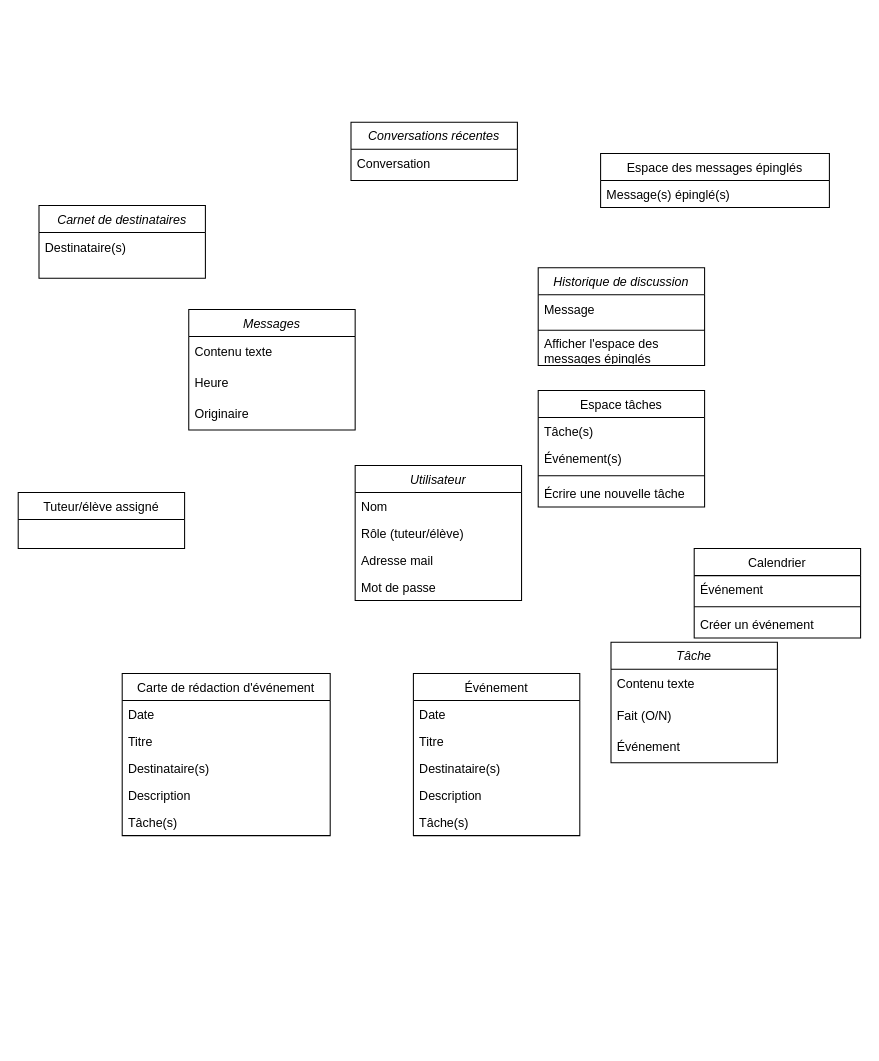
AlyxEugenot/OC-Courses keeps this draw.io diagram as OC3-UML-Homeskolar-class-diag.drawio. Above is the earlier version. Source tidied: cells renumbered, new cells numbered last; positions are measured from the earlier drawing's top-left corner, leaving out a move shared by most shapes. Both pictures are drawn from the tidied source at 104%, with x=0, y=0 at pixel (18, 122).
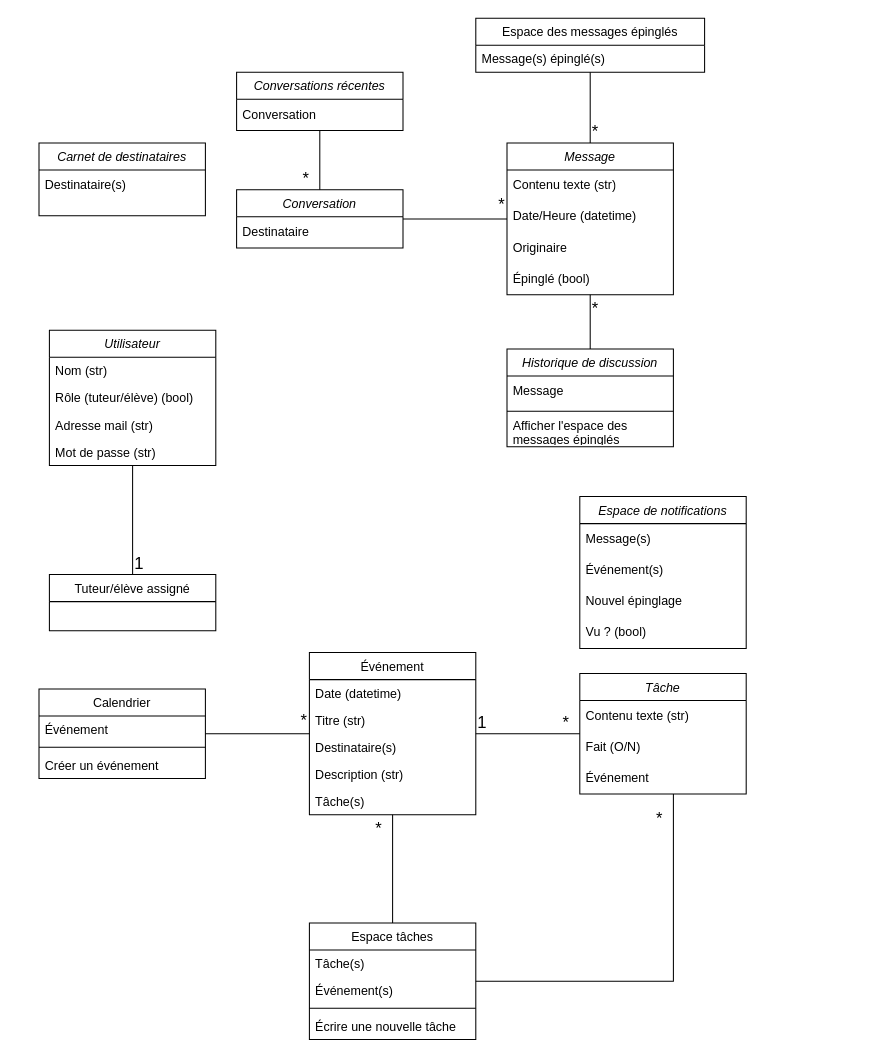
After the change.

Commit message (it also covers changes not shown here):
Mettre à jour OC3-UML-Homeskolar-class-diag.drawio

Change to the diagram source:
```diff
@@
     <mxCell id="2" value="Utilisateur" style="swimlane;fontStyle=2;align=center;verticalAlign=top;horizontal=1;startSize=26;rounded=0;shadow=0;strokeWidth=1;" parent="1" vertex="1">
-      <mxGeometry x="324" y="330" width="160" height="130" as="geometry" />
+      <mxGeometry x="30" y="200" width="160" height="130" as="geometry" />
     </mxCell>
-    <mxCell id="3" value="Nom" style="text;align=left;verticalAlign=top;spacingLeft=4;spacingRight=4;overflow=hidden;" parent="2" vertex="1">
+    <mxCell id="3" value="Nom (str)" style="text;align=left;verticalAlign=top;spacingLeft=4;spacingRight=4;overflow=hidden;" parent="2" vertex="1">
       <mxGeometry y="26" width="160" height="26" as="geometry" />
     </mxCell>
-    <mxCell id="4" value="Rôle (tuteur/élève)" style="text;align=left;verticalAlign=top;spacingLeft=4;spacingRight=4;overflow=hidden;rounded=0;shadow=0;html=0;" parent="2" vertex="1">
+    <mxCell id="4" value="Rôle (tuteur/élève) (bool)" style="text;align=left;verticalAlign=top;spacingLeft=4;spacingRight=4;overflow=hidden;rounded=0;shadow=0;html=0;" parent="2" vertex="1">
       <mxGeometry y="52" width="160" height="26" as="geometry" />
     </mxCell>
-    <mxCell id="5" value="Adresse mail" style="text;align=left;verticalAlign=top;spacingLeft=4;spacingRight=4;overflow=hidden;rounded=0;shadow=0;html=0;" parent="2" vertex="1">
+    <mxCell id="5" value="Adresse mail (str)" style="text;align=left;verticalAlign=top;spacingLeft=4;spacingRight=4;overflow=hidden;rounded=0;shadow=0;html=0;" parent="2" vertex="1">
       <mxGeometry y="78" width="160" height="26" as="geometry" />
     </mxCell>
-    <mxCell id="6" value="Mot de passe" style="text;align=left;verticalAlign=top;spacingLeft=4;spacingRight=4;overflow=hidden;rounded=0;shadow=0;html=0;" parent="2" vertex="1">
+    <mxCell id="6" value="Mot de passe (str)" style="text;align=left;verticalAlign=top;spacingLeft=4;spacingRight=4;overflow=hidden;rounded=0;shadow=0;html=0;" parent="2" vertex="1">
       <mxGeometry y="104" width="160" height="26" as="geometry" />
     </mxCell>
     <mxCell id="7" value="Tuteur/élève assigné" style="swimlane;fontStyle=0;align=center;verticalAlign=top;horizontal=1;startSize=26;rounded=0;shadow=0;strokeWidth=1;" parent="1" vertex="1">
-      <mxGeometry y="356" width="160" height="54" as="geometry" />
+      <mxGeometry x="30" y="435" width="160" height="54" as="geometry" />
     </mxCell>
     <mxCell id="8" value="Calendrier" style="swimlane;fontStyle=0;align=center;verticalAlign=top;horizontal=1;startSize=26;rounded=0;shadow=0;strokeWidth=1;" parent="1" vertex="1">
-      <mxGeometry x="650" y="410" width="160" height="86" as="geometry" />
+      <mxGeometry x="20" y="545" width="160" height="86" as="geometry" />
     </mxCell>
@@
     <mxCell id="12" value="Carnet de destinataires" style="swimlane;fontStyle=2;align=center;verticalAlign=top;horizontal=1;startSize=26;rounded=0;shadow=0;strokeWidth=1;" parent="1" vertex="1">
-      <mxGeometry x="20" y="80" width="160" height="70" as="geometry" />
+      <mxGeometry x="20" y="20" width="160" height="70" as="geometry" />
     </mxCell>
@@
     <mxCell id="14" value="Conversations récentes" style="swimlane;fontStyle=2;align=center;verticalAlign=top;horizontal=1;startSize=26;rounded=0;shadow=0;strokeWidth=1;" parent="1" vertex="1">
-      <mxGeometry x="320" width="160" height="56" as="geometry" />
+      <mxGeometry x="210" y="-48" width="160" height="56" as="geometry" />
     </mxCell>
@@
     <mxCell id="16" value="Historique de discussion" style="swimlane;fontStyle=2;align=center;verticalAlign=top;horizontal=1;startSize=26;rounded=0;shadow=0;strokeWidth=1;" parent="1" vertex="1">
-      <mxGeometry x="500" y="140" width="160" height="94" as="geometry" />
+      <mxGeometry x="470" y="218" width="160" height="94" as="geometry" />
     </mxCell>
@@
     <mxCell id="20" value="Événement" style="swimlane;fontStyle=0;align=center;verticalAlign=top;horizontal=1;startSize=26;rounded=0;shadow=0;strokeWidth=1;" parent="1" vertex="1">
-      <mxGeometry x="380" y="530" width="160" height="156" as="geometry" />
+      <mxGeometry x="280" y="510" width="160" height="156" as="geometry" />
     </mxCell>
-    <mxCell id="21" value="Date" style="text;align=left;verticalAlign=top;spacingLeft=4;spacingRight=4;overflow=hidden;" parent="20" vertex="1">
+    <mxCell id="21" value="Date (datetime)" style="text;align=left;verticalAlign=top;spacingLeft=4;spacingRight=4;overflow=hidden;" parent="20" vertex="1">
       <mxGeometry y="26" width="160" height="26" as="geometry" />
     </mxCell>
-    <mxCell id="22" value="Titre" style="text;align=left;verticalAlign=top;spacingLeft=4;spacingRight=4;overflow=hidden;rounded=0;shadow=0;html=0;" parent="20" vertex="1">
+    <mxCell id="22" value="Titre (str)" style="text;align=left;verticalAlign=top;spacingLeft=4;spacingRight=4;overflow=hidden;rounded=0;shadow=0;html=0;" parent="20" vertex="1">
       <mxGeometry y="52" width="160" height="26" as="geometry" />
     </mxCell>
@@
-    <mxCell id="24" value="Description" style="text;align=left;verticalAlign=top;spacingLeft=4;spacingRight=4;overflow=hidden;rounded=0;shadow=0;html=0;" parent="20" vertex="1">
+    <mxCell id="24" value="Description (str)" style="text;align=left;verticalAlign=top;spacingLeft=4;spacingRight=4;overflow=hidden;rounded=0;shadow=0;html=0;" parent="20" vertex="1">
       <mxGeometry y="104" width="160" height="26" as="geometry" />
     </mxCell>
@@
     <mxCell id="26" value="Espace des messages épinglés" style="swimlane;fontStyle=0;align=center;verticalAlign=top;horizontal=1;startSize=26;rounded=0;shadow=0;strokeWidth=1;" parent="1" vertex="1">
-      <mxGeometry x="560" y="30" width="220" height="52" as="geometry" />
+      <mxGeometry x="440" y="-100" width="220" height="52" as="geometry" />
     </mxCell>
@@
-    <mxCell id="28" value="Messages" style="swimlane;fontStyle=2;align=center;verticalAlign=top;horizontal=1;startSize=26;rounded=0;shadow=0;strokeWidth=1;" parent="1" vertex="1">
-      <mxGeometry x="164" y="180" width="160" height="116" as="geometry" />
+    <mxCell id="28" value="Message" style="swimlane;fontStyle=2;align=center;verticalAlign=top;horizontal=1;startSize=26;rounded=0;shadow=0;strokeWidth=1;" parent="1" vertex="1">
+      <mxGeometry x="470" y="20" width="160" height="146" as="geometry" />
     </mxCell>
-    <mxCell id="29" value="&lt;div&gt;Contenu texte&lt;/div&gt;" style="text;strokeColor=none;fillColor=none;align=left;verticalAlign=middle;spacingLeft=4;spacingRight=4;overflow=hidden;whiteSpace=wrap;html=1;" parent="28" vertex="1">
+    <mxCell id="29" value="&lt;div&gt;Contenu texte (str)&lt;/div&gt;" style="text;strokeColor=none;fillColor=none;align=left;verticalAlign=middle;spacingLeft=4;spacingRight=4;overflow=hidden;whiteSpace=wrap;html=1;" parent="28" vertex="1">
       <mxGeometry y="26" width="160" height="30" as="geometry" />
     </mxCell>
-    <mxCell id="30" value="Heure" style="text;strokeColor=none;fillColor=none;align=left;verticalAlign=middle;spacingLeft=4;spacingRight=4;overflow=hidden;whiteSpace=wrap;html=1;" parent="28" vertex="1">
+    <mxCell id="30" value="Date/Heure (datetime)" style="text;strokeColor=none;fillColor=none;align=left;verticalAlign=middle;spacingLeft=4;spacingRight=4;overflow=hidden;whiteSpace=wrap;html=1;" parent="28" vertex="1">
       <mxGeometry y="56" width="160" height="30" as="geometry" />
     </mxCell>
@@
+    <mxCell id="47" value="Épinglé (bool)" style="text;strokeColor=none;fillColor=none;align=left;verticalAlign=middle;spacingLeft=4;spacingRight=4;overflow=hidden;whiteSpace=wrap;html=1;" parent="28" vertex="1">
+      <mxGeometry y="116" width="160" height="30" as="geometry" />
+    </mxCell>
     <mxCell id="32" value="Espace tâches" style="swimlane;fontStyle=0;align=center;verticalAlign=top;horizontal=1;startSize=26;rounded=0;shadow=0;strokeWidth=1;" parent="1" vertex="1">
-      <mxGeometry x="500" y="258" width="160" height="112" as="geometry" />
+      <mxGeometry x="280" y="770" width="160" height="112" as="geometry" />
     </mxCell>
@@
     <mxCell id="37" value="Tâche" style="swimlane;fontStyle=2;align=center;verticalAlign=top;horizontal=1;startSize=26;rounded=0;shadow=0;strokeWidth=1;" parent="1" vertex="1">
-      <mxGeometry x="570" y="500" width="160" height="116" as="geometry" />
+      <mxGeometry x="540" y="530" width="160" height="116" as="geometry" />
     </mxCell>
-    <mxCell id="38" value="&lt;div&gt;Contenu texte&lt;/div&gt;" style="text;strokeColor=none;fillColor=none;align=left;verticalAlign=middle;spacingLeft=4;spacingRight=4;overflow=hidden;whiteSpace=wrap;html=1;" parent="37" vertex="1">
+    <mxCell id="38" value="&lt;div&gt;Contenu texte (str)&lt;/div&gt;" style="text;strokeColor=none;fillColor=none;align=left;verticalAlign=middle;spacingLeft=4;spacingRight=4;overflow=hidden;whiteSpace=wrap;html=1;" parent="37" vertex="1">
       <mxGeometry y="26" width="160" height="30" as="geometry" />
     </mxCell>
@@
-    <mxCell id="41" value="Carte de rédaction d'événement" style="swimlane;fontStyle=0;align=center;verticalAlign=top;horizontal=1;startSize=26;rounded=0;shadow=0;strokeWidth=1;" parent="1" vertex="1">
-      <mxGeometry x="100" y="530" width="200" height="156" as="geometry" />
-    </mxCell>
-    <mxCell id="42" value="Date" style="text;align=left;verticalAlign=top;spacingLeft=4;spacingRight=4;overflow=hidden;" parent="41" vertex="1">
-      <mxGeometry y="26" width="200" height="26" as="geometry" />
-    </mxCell>
-    <mxCell id="43" value="Titre" style="text;align=left;verticalAlign=top;spacingLeft=4;spacingRight=4;overflow=hidden;rounded=0;shadow=0;html=0;" parent="41" vertex="1">
-      <mxGeometry y="52" width="200" height="26" as="geometry" />
-    </mxCell>
-    <mxCell id="44" value="Destinataire(s)" style="text;align=left;verticalAlign=top;spacingLeft=4;spacingRight=4;overflow=hidden;rounded=0;shadow=0;html=0;" parent="41" vertex="1">
-      <mxGeometry y="78" width="200" height="26" as="geometry" />
-    </mxCell>
-    <mxCell id="45" value="Description" style="text;align=left;verticalAlign=top;spacingLeft=4;spacingRight=4;overflow=hidden;rounded=0;shadow=0;html=0;" parent="41" vertex="1">
-      <mxGeometry y="104" width="200" height="26" as="geometry" />
-    </mxCell>
-    <mxCell id="46" value="Tâche(s)" style="text;align=left;verticalAlign=top;spacingLeft=4;spacingRight=4;overflow=hidden;rounded=0;shadow=0;html=0;" parent="41" vertex="1">
-      <mxGeometry y="130" width="200" height="26" as="geometry" />
-    </mxCell>
+    <mxCell id="48" style="endArrow=none;html=1;rounded=0;edgeStyle=elbowEdgeStyle;endFill=0;" parent="1" edge="1" source="7" target="2">
+      <mxGeometry relative="1" as="geometry" />
+    </mxCell>
+    <mxCell id="49" value="1" style="edgeLabel;html=1;align=left;verticalAlign=bottom;fontSize=16;" parent="48" vertex="1">
+      <mxGeometry x="-1" relative="1" as="geometry" />
+    </mxCell>
+    <mxCell id="50" style="endArrow=none;html=1;rounded=0;edgeStyle=elbowEdgeStyle;endFill=0;" parent="1" edge="1" source="20" target="37">
+      <mxGeometry relative="1" as="geometry" />
+    </mxCell>
+    <mxCell id="51" value="1" style="edgeLabel;html=1;align=left;verticalAlign=bottom;fontSize=16;" parent="50" vertex="1">
+      <mxGeometry x="-1" relative="1" as="geometry" />
+    </mxCell>
+    <mxCell id="52" value="*" style="edgeLabel;html=1;align=right;verticalAlign=bottom;fontSize=16;" parent="50" vertex="1">
+      <mxGeometry x="1" relative="1" as="geometry">
+        <mxPoint x="-10" as="offset" />
+      </mxGeometry>
+    </mxCell>
+    <mxCell id="53" style="endArrow=none;html=1;rounded=0;edgeStyle=elbowEdgeStyle;endFill=0;" parent="1" edge="1" source="20" target="8">
+      <mxGeometry relative="1" as="geometry" />
+    </mxCell>
+    <mxCell id="54" value="*" style="edgeLabel;html=1;align=left;verticalAlign=bottom;fontSize=16;" parent="53" vertex="1">
+      <mxGeometry x="-1" relative="1" as="geometry">
+        <mxPoint x="-10" y="-2" as="offset" />
+      </mxGeometry>
+    </mxCell>
+    <mxCell id="55" style="endArrow=none;html=1;rounded=0;edgeStyle=elbowEdgeStyle;endFill=0;" parent="1" edge="1" source="28" target="26">
+      <mxGeometry relative="1" as="geometry" />
+    </mxCell>
+    <mxCell id="56" value="*" style="edgeLabel;html=1;align=left;verticalAlign=bottom;fontSize=16;" parent="55" vertex="1">
+      <mxGeometry x="-1" relative="1" as="geometry" />
+    </mxCell>
+    <mxCell id="57" style="endArrow=none;html=1;rounded=0;edgeStyle=elbowEdgeStyle;endFill=0;" parent="1" edge="1" source="32" target="37">
+      <mxGeometry relative="1" as="geometry">
+        <Array as="points">
+          <mxPoint x="630" y="710" />
+        </Array>
+      </mxGeometry>
+    </mxCell>
+    <mxCell id="58" value="*" style="edgeLabel;html=1;align=right;verticalAlign=bottom;fontSize=16;" parent="57" vertex="1">
+      <mxGeometry x="1" relative="1" as="geometry">
+        <mxPoint x="-10" y="34" as="offset" />
+      </mxGeometry>
+    </mxCell>
+    <mxCell id="59" style="endArrow=none;html=1;rounded=0;edgeStyle=elbowEdgeStyle;endFill=0;" parent="1" edge="1" source="32" target="20">
+      <mxGeometry relative="1" as="geometry" />
+    </mxCell>
+    <mxCell id="60" value="*" style="edgeLabel;html=1;align=right;verticalAlign=bottom;fontSize=16;" parent="59" vertex="1">
+      <mxGeometry x="1" relative="1" as="geometry">
+        <mxPoint x="-10" y="24" as="offset" />
+      </mxGeometry>
+    </mxCell>
+    <mxCell id="61" style="endArrow=none;html=1;rounded=0;edgeStyle=elbowEdgeStyle;endFill=0;" parent="1" edge="1" source="28" target="16">
+      <mxGeometry relative="1" as="geometry" />
+    </mxCell>
+    <mxCell id="62" value="*" style="edgeLabel;html=1;align=left;verticalAlign=bottom;fontSize=16;" parent="61" vertex="1">
+      <mxGeometry x="-1" relative="1" as="geometry">
+        <mxPoint y="24" as="offset" />
+      </mxGeometry>
+    </mxCell>
+    <mxCell id="63" value="Conversation " style="swimlane;fontStyle=2;align=center;verticalAlign=top;horizontal=1;startSize=26;rounded=0;shadow=0;strokeWidth=1;" parent="1" vertex="1">
+      <mxGeometry x="210" y="65" width="160" height="56" as="geometry" />
+    </mxCell>
+    <mxCell id="64" value="Destinataire" style="text;strokeColor=none;fillColor=none;align=left;verticalAlign=middle;spacingLeft=4;spacingRight=4;overflow=hidden;whiteSpace=wrap;html=1;" parent="63" vertex="1">
+      <mxGeometry y="26" width="160" height="30" as="geometry" />
+    </mxCell>
+    <mxCell id="65" style="endArrow=none;html=1;rounded=0;edgeStyle=elbowEdgeStyle;endFill=0;" parent="1" edge="1" source="14" target="63">
+      <mxGeometry relative="1" as="geometry" />
+    </mxCell>
+    <mxCell id="66" value="*" style="edgeLabel;html=1;align=right;verticalAlign=bottom;fontSize=16;" parent="65" vertex="1">
+      <mxGeometry x="1" relative="1" as="geometry">
+        <mxPoint x="-10" as="offset" />
+      </mxGeometry>
+    </mxCell>
+    <mxCell id="67" value="Espace de notifications" style="swimlane;fontStyle=2;align=center;verticalAlign=top;horizontal=1;startSize=26;rounded=0;shadow=0;strokeWidth=1;" parent="1" vertex="1">
+      <mxGeometry x="540" y="360" width="160" height="146" as="geometry" />
+    </mxCell>
+    <mxCell id="68" value="Message(s)" style="text;strokeColor=none;fillColor=none;align=left;verticalAlign=middle;spacingLeft=4;spacingRight=4;overflow=hidden;whiteSpace=wrap;html=1;" parent="67" vertex="1">
+      <mxGeometry y="26" width="160" height="30" as="geometry" />
+    </mxCell>
+    <mxCell id="69" value="Événement(s)" style="text;strokeColor=none;fillColor=none;align=left;verticalAlign=middle;spacingLeft=4;spacingRight=4;overflow=hidden;whiteSpace=wrap;html=1;" parent="67" vertex="1">
+      <mxGeometry y="56" width="160" height="30" as="geometry" />
+    </mxCell>
+    <mxCell id="70" value="Nouvel épinglage" style="text;strokeColor=none;fillColor=none;align=left;verticalAlign=middle;spacingLeft=4;spacingRight=4;overflow=hidden;whiteSpace=wrap;html=1;" parent="67" vertex="1">
+      <mxGeometry y="86" width="160" height="30" as="geometry" />
+    </mxCell>
+    <mxCell id="71" value="Vu ? (bool)" style="text;strokeColor=none;fillColor=none;align=left;verticalAlign=middle;spacingLeft=4;spacingRight=4;overflow=hidden;whiteSpace=wrap;html=1;" parent="67" vertex="1">
+      <mxGeometry y="116" width="160" height="30" as="geometry" />
+    </mxCell>
+    <mxCell id="72" style="endArrow=none;html=1;rounded=0;edgeStyle=elbowEdgeStyle;endFill=0;" parent="1" edge="1" source="28" target="63">
+      <mxGeometry relative="1" as="geometry" />
+    </mxCell>
+    <mxCell id="73" value="*" style="edgeLabel;html=1;align=left;verticalAlign=bottom;fontSize=16;" parent="72" vertex="1">
+      <mxGeometry x="-1" relative="1" as="geometry">
+        <mxPoint x="-10" y="-3" as="offset" />
+      </mxGeometry>
+    </mxCell>
```
